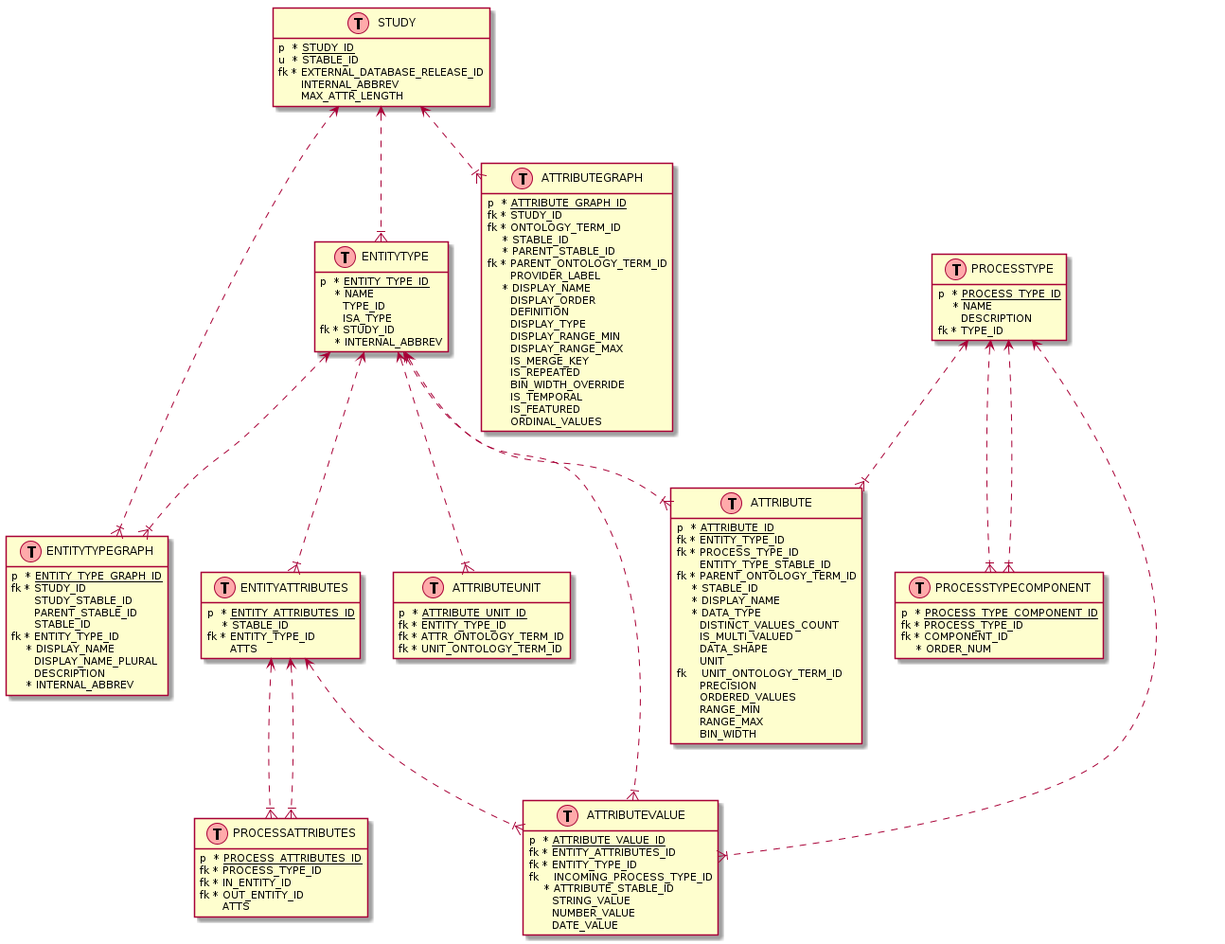
This is project_planning/images/eda_uml.png from jbrestel/org-docs, a PlantUML export, as it was before one commit. Its diagram source:
```plantuml
@startuml
hide methods
hide stereotypes

class STUDY << (T,#FFAAAA) >> {
  p <U+0020>* <u>STUDY_ID</u>
  u <U+0020>* STABLE_ID
  fk * EXTERNAL_DATABASE_RELEASE_ID
  <U+0020> <U+0020> <U+0020> INTERNAL_ABBREV
  <U+0020> <U+0020> <U+0020> MAX_ATTR_LENGTH
}

class ATTRIBUTEGRAPH << (T,#FFAAAA) >> {
  p <U+0020>* <u>ATTRIBUTE_GRAPH_ID</u>
  fk * STUDY_ID
  fk * ONTOLOGY_TERM_ID
  <U+0020> <U+0020> * STABLE_ID
  <U+0020> <U+0020> * PARENT_STABLE_ID
  fk * PARENT_ONTOLOGY_TERM_ID
  <U+0020> <U+0020> <U+0020> PROVIDER_LABEL
  <U+0020> <U+0020> * DISPLAY_NAME
  <U+0020> <U+0020> <U+0020> DISPLAY_ORDER
  <U+0020> <U+0020> <U+0020> DEFINITION
  <U+0020> <U+0020> <U+0020> DISPLAY_TYPE
  <U+0020> <U+0020> <U+0020> DISPLAY_RANGE_MIN
  <U+0020> <U+0020> <U+0020> DISPLAY_RANGE_MAX
  <U+0020> <U+0020> <U+0020> IS_MERGE_KEY
  <U+0020> <U+0020> <U+0020> IS_REPEATED
  <U+0020> <U+0020> <U+0020> BIN_WIDTH_OVERRIDE
  <U+0020> <U+0020> <U+0020> IS_TEMPORAL
  <U+0020> <U+0020> <U+0020> IS_FEATURED
  <U+0020> <U+0020> <U+0020> ORDINAL_VALUES
}

class ENTITYTYPEGRAPH << (T,#FFAAAA) >> {
  p <U+0020>* <u>ENTITY_TYPE_GRAPH_ID</u>
  fk * STUDY_ID
  <U+0020> <U+0020> <U+0020> STUDY_STABLE_ID
  <U+0020> <U+0020> <U+0020> PARENT_STABLE_ID
  foreign_key_NULLABLE(PARENT_ID)
  <U+0020> <U+0020> <U+0020> STABLE_ID
  fk * ENTITY_TYPE_ID
  <U+0020> <U+0020> * DISPLAY_NAME
  <U+0020> <U+0020> <U+0020> DISPLAY_NAME_PLURAL
  <U+0020> <U+0020> <U+0020> DESCRIPTION
  <U+0020> <U+0020> * INTERNAL_ABBREV
}

class ENTITYTYPE << (T,#FFAAAA) >> {
  p <U+0020>* <u>ENTITY_TYPE_ID</u>
  <U+0020> <U+0020> * NAME
  <U+0020> <U+0020> <U+0020> TYPE_ID
  <U+0020> <U+0020> <U+0020> ISA_TYPE
  fk * STUDY_ID
  <U+0020> <U+0020> * INTERNAL_ABBREV
}



class ATTRIBUTEVALUE << (T,#FFAAAA) >> {
  p <U+0020>* <u>ATTRIBUTE_VALUE_ID</u>
  fk * ENTITY_ATTRIBUTES_ID
  fk * ENTITY_TYPE_ID
  fk <U+0020><U+0020> INCOMING_PROCESS_TYPE_ID
  <U+0020> <U+0020> * ATTRIBUTE_STABLE_ID
  <U+0020> <U+0020> <U+0020> STRING_VALUE
  <U+0020> <U+0020> <U+0020> NUMBER_VALUE
  <U+0020> <U+0020> <U+0020> DATE_VALUE
}

class ENTITYATTRIBUTES << (T,#FFAAAA) >> {
  p <U+0020>* <u>ENTITY_ATTRIBUTES_ID</u>
  <U+0020> <U+0020> * STABLE_ID
  fk * ENTITY_TYPE_ID
  <U+0020> <U+0020> <U+0020> ATTS
}

class ATTRIBUTEUNIT << (T,#FFAAAA) >> {
  p <U+0020>* <u>ATTRIBUTE_UNIT_ID</u>
  fk * ENTITY_TYPE_ID
  fk * ATTR_ONTOLOGY_TERM_ID
  fk * UNIT_ONTOLOGY_TERM_ID
}

class PROCESSTYPE << (T,#FFAAAA) >> {
  p <U+0020>* <u>PROCESS_TYPE_ID</u>
  <U+0020> <U+0020> * NAME
  <U+0020> <U+0020> <U+0020> DESCRIPTION
  fk * TYPE_ID
}

class PROCESSATTRIBUTES << (T,#FFAAAA) >> {
  p <U+0020>* <u>PROCESS_ATTRIBUTES_ID</u>
  fk * PROCESS_TYPE_ID
  fk * IN_ENTITY_ID
  fk * OUT_ENTITY_ID
  <U+0020> <U+0020> <U+0020> ATTS
}

class ATTRIBUTE << (T,#FFAAAA) >> {
  p <U+0020>* <u>ATTRIBUTE_ID</u>
  fk * ENTITY_TYPE_ID
  fk * PROCESS_TYPE_ID
  <U+0020> <U+0020> <U+0020> ENTITY_TYPE_STABLE_ID
  foreign_key_NULLABLE(ONTOLOGY_TERM_ID)
  fk * PARENT_ONTOLOGY_TERM_ID
  <U+0020> <U+0020> * STABLE_ID
  <U+0020> <U+0020> * DISPLAY_NAME
  <U+0020> <U+0020> * DATA_TYPE
  <U+0020> <U+0020> <U+0020> DISTINCT_VALUES_COUNT
  <U+0020> <U+0020> <U+0020> IS_MULTI_VALUED
  <U+0020> <U+0020> <U+0020> DATA_SHAPE
  <U+0020> <U+0020> <U+0020> UNIT
  fk <U+0020><U+0020> UNIT_ONTOLOGY_TERM_ID
  <U+0020> <U+0020> <U+0020> PRECISION
  <U+0020> <U+0020> <U+0020> ORDERED_VALUES
  <U+0020> <U+0020> <U+0020> RANGE_MIN
  <U+0020> <U+0020> <U+0020> RANGE_MAX
  <U+0020> <U+0020> <U+0020> BIN_WIDTH
}

class PROCESSTYPECOMPONENT << (T,#FFAAAA) >> {
  p <U+0020>* <u>PROCESS_TYPE_COMPONENT_ID</u>
  fk * PROCESS_TYPE_ID
  fk * COMPONENT_ID
  <U+0020> <U+0020> * ORDER_NUM
}


STUDY <..|{ ATTRIBUTEGRAPH
STUDY <..|{ ENTITYTYPEGRAPH
STUDY <..|{ ENTITYTYPE
ENTITYTYPE <..|{ ENTITYTYPEGRAPH
ENTITYATTRIBUTES <..|{ ATTRIBUTEVALUE
ENTITYTYPE <..|{ ATTRIBUTEVALUE
ENTITYTYPE <..|{ ENTITYATTRIBUTES
ENTITYTYPE <..|{ ATTRIBUTEUNIT
ENTITYTYPE <..|{ ATTRIBUTE
PROCESSTYPE <..|{ ATTRIBUTEVALUE
PROCESSTYPE <..|{ ATTRIBUTE
PROCESSTYPE <..|{ PROCESSTYPECOMPONENT
PROCESSTYPE <..|{ PROCESSTYPECOMPONENT
ENTITYATTRIBUTES <..|{ PROCESSATTRIBUTES
ENTITYATTRIBUTES <..|{ PROCESSATTRIBUTES
@enduml
```
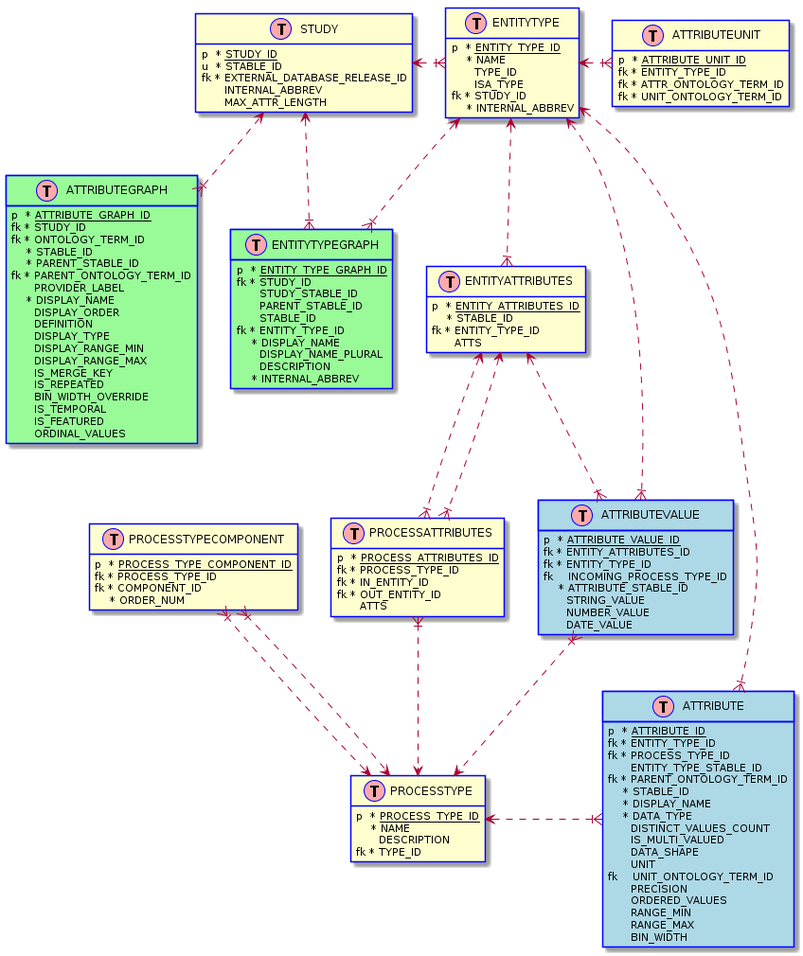
Later version of the same file.

Commit message:
color by plugin and re organize tables

The edit, as a diff of the source:
```diff
@@ -2,7 +2,7 @@
 hide methods
 hide stereotypes
 
-class STUDY << (T,#FFAAAA) >> {
+class STUDY << (T,#FFAAAA) >> #line:blue; {
   p <U+0020>* <u>STUDY_ID</u>
   u <U+0020>* STABLE_ID
   fk * EXTERNAL_DATABASE_RELEASE_ID
@@ -10,7 +10,7 @@
   <U+0020> <U+0020> <U+0020> MAX_ATTR_LENGTH
 }
 
-class ATTRIBUTEGRAPH << (T,#FFAAAA) >> {
+class ATTRIBUTEGRAPH << (T,#FFAAAA) >> #palegreen;line:blue; {
   p <U+0020>* <u>ATTRIBUTE_GRAPH_ID</u>
   fk * STUDY_ID
   fk * ONTOLOGY_TERM_ID
@@ -32,7 +32,7 @@
   <U+0020> <U+0020> <U+0020> ORDINAL_VALUES
 }
 
-class ENTITYTYPEGRAPH << (T,#FFAAAA) >> {
+class ENTITYTYPEGRAPH << (T,#FFAAAA) >> #palegreen;line:blue; {
   p <U+0020>* <u>ENTITY_TYPE_GRAPH_ID</u>
   fk * STUDY_ID
   <U+0020> <U+0020> <U+0020> STUDY_STABLE_ID
@@ -46,7 +46,7 @@
   <U+0020> <U+0020> * INTERNAL_ABBREV
 }
 
-class ENTITYTYPE << (T,#FFAAAA) >> {
+class ENTITYTYPE << (T,#FFAAAA) >> #line:blue; {
   p <U+0020>* <u>ENTITY_TYPE_ID</u>
   <U+0020> <U+0020> * NAME
   <U+0020> <U+0020> <U+0020> TYPE_ID
@@ -57,7 +57,7 @@
 
 
 
-class ATTRIBUTEVALUE << (T,#FFAAAA) >> {
+class ATTRIBUTEVALUE << (T,#FFAAAA) >> #lightblue;line:blue; {
   p <U+0020>* <u>ATTRIBUTE_VALUE_ID</u>
   fk * ENTITY_ATTRIBUTES_ID
   fk * ENTITY_TYPE_ID
@@ -68,28 +68,21 @@
   <U+0020> <U+0020> <U+0020> DATE_VALUE
 }
 
-class ENTITYATTRIBUTES << (T,#FFAAAA) >> {
+class ENTITYATTRIBUTES << (T,#FFAAAA) >> #line:blue; {
   p <U+0020>* <u>ENTITY_ATTRIBUTES_ID</u>
   <U+0020> <U+0020> * STABLE_ID
   fk * ENTITY_TYPE_ID
   <U+0020> <U+0020> <U+0020> ATTS
 }
 
-class ATTRIBUTEUNIT << (T,#FFAAAA) >> {
+class ATTRIBUTEUNIT << (T,#FFAAAA) >> #line:blue; {
   p <U+0020>* <u>ATTRIBUTE_UNIT_ID</u>
   fk * ENTITY_TYPE_ID
   fk * ATTR_ONTOLOGY_TERM_ID
   fk * UNIT_ONTOLOGY_TERM_ID
 }
 
-class PROCESSTYPE << (T,#FFAAAA) >> {
-  p <U+0020>* <u>PROCESS_TYPE_ID</u>
-  <U+0020> <U+0020> * NAME
-  <U+0020> <U+0020> <U+0020> DESCRIPTION
-  fk * TYPE_ID
-}
-
-class PROCESSATTRIBUTES << (T,#FFAAAA) >> {
+class PROCESSATTRIBUTES << (T,#FFAAAA) >> #line:blue; {
   p <U+0020>* <u>PROCESS_ATTRIBUTES_ID</u>
   fk * PROCESS_TYPE_ID
   fk * IN_ENTITY_ID
@@ -97,7 +90,7 @@
   <U+0020> <U+0020> <U+0020> ATTS
 }
 
-class ATTRIBUTE << (T,#FFAAAA) >> {
+class ATTRIBUTE << (T,#FFAAAA) >> #lightblue;line:blue; {
   p <U+0020>* <u>ATTRIBUTE_ID</u>
   fk * ENTITY_TYPE_ID
   fk * PROCESS_TYPE_ID
@@ -119,27 +112,35 @@
   <U+0020> <U+0020> <U+0020> BIN_WIDTH
 }
 
-class PROCESSTYPECOMPONENT << (T,#FFAAAA) >> {
+class PROCESSTYPECOMPONENT << (T,#FFAAAA) >> #line:blue; {
   p <U+0020>* <u>PROCESS_TYPE_COMPONENT_ID</u>
   fk * PROCESS_TYPE_ID
   fk * COMPONENT_ID
   <U+0020> <U+0020> * ORDER_NUM
 }
 
+class PROCESSTYPE << (T,#FFAAAA) >> #line:blue; {
+  p <U+0020>* <u>PROCESS_TYPE_ID</u>
+  <U+0020> <U+0020> * NAME
+  <U+0020> <U+0020> <U+0020> DESCRIPTION
+  fk * TYPE_ID
+}
+
 
 STUDY <..|{ ATTRIBUTEGRAPH
 STUDY <..|{ ENTITYTYPEGRAPH
-STUDY <..|{ ENTITYTYPE
+STUDY <.L.|{ ENTITYTYPE
 ENTITYTYPE <..|{ ENTITYTYPEGRAPH
 ENTITYATTRIBUTES <..|{ ATTRIBUTEVALUE
 ENTITYTYPE <..|{ ATTRIBUTEVALUE
 ENTITYTYPE <..|{ ENTITYATTRIBUTES
-ENTITYTYPE <..|{ ATTRIBUTEUNIT
+ENTITYTYPE <.L.|{ ATTRIBUTEUNIT
 ENTITYTYPE <..|{ ATTRIBUTE
-PROCESSTYPE <..|{ ATTRIBUTEVALUE
-PROCESSTYPE <..|{ ATTRIBUTE
-PROCESSTYPE <..|{ PROCESSTYPECOMPONENT
-PROCESSTYPE <..|{ PROCESSTYPECOMPONENT
 ENTITYATTRIBUTES <..|{ PROCESSATTRIBUTES
 ENTITYATTRIBUTES <..|{ PROCESSATTRIBUTES
+PROCESSTYPE <.D.|{ ATTRIBUTEVALUE
+PROCESSTYPE <.L.|{ ATTRIBUTE
+PROCESSTYPE <.D.|{ PROCESSATTRIBUTES
+PROCESSTYPE <.D.|{ PROCESSTYPECOMPONENT
+PROCESSTYPE <.D.|{ PROCESSTYPECOMPONENT
 @enduml
```
